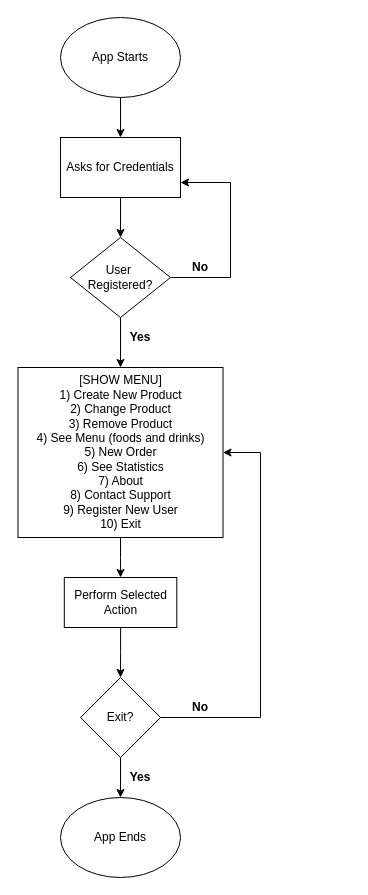
Earlier version of the draw.io diagram Pysnack.drawio (raulpellizzer/Pysnack). Source tidied: cells renumbered, new cells numbered last; positions are measured from the earlier drawing's top-left corner, leaving out a move shared by most shapes. Both pictures are drawn from the tidied source at 100%, with x=0, y=0 at pixel (18, 17).
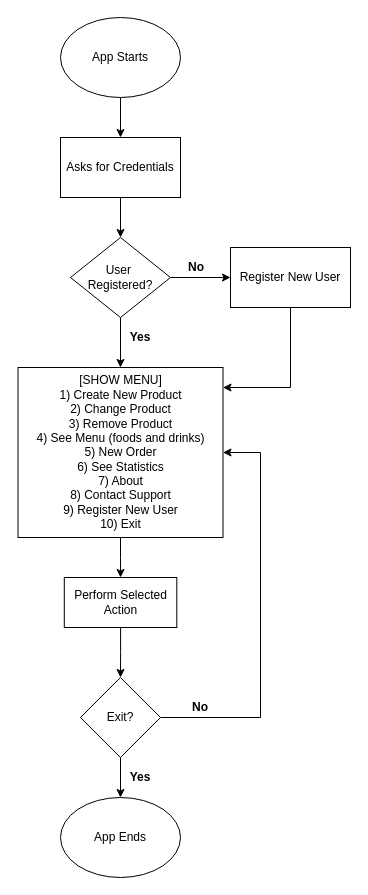
The same diagram, later.

Unchanged cells that the change refers to:
```xml
<mxCell id="3" value="Asks for Credentials" style="rounded=0;whiteSpace=wrap;html=1;" parent="1" vertex="1">
  <mxGeometry x="42" y="120" width="120" height="60" as="geometry" />
</mxCell>
<mxCell id="8" value="User&amp;nbsp;&lt;br&gt;Registered?" style="rhombus;whiteSpace=wrap;html=1;" parent="1" vertex="1">
  <mxGeometry x="52" y="220" width="100" height="80" as="geometry" />
</mxCell>
<mxCell id="10" value="[SHOW MENU]&lt;br&gt;1) Create New Product&lt;br&gt;2) Change Product&lt;br&gt;3) Remove Product&lt;br&gt;4) See Menu (foods and drinks)&lt;br&gt;5) New Order&lt;br&gt;6) See Statistics&lt;br&gt;7) About&lt;br&gt;8) Contact Support&lt;br&gt;9) Register New User&lt;br&gt;10) Exit" style="whiteSpace=wrap;html=1;" parent="1" vertex="1">
  <mxGeometry x="-0.5" y="350" width="205" height="170" as="geometry" />
</mxCell>
```

Change to the diagram source:
```diff
@@
-    <mxCell id="7" style="edgeStyle=orthogonalEdgeStyle;rounded=0;jettySize=auto;html=1;entryX=1;entryY=0.75;entryDx=0;entryDy=0;" parent="1" edge="1" source="8" target="3">
-      <mxGeometry relative="1" as="geometry">
-        <Array as="points">
-          <mxPoint x="212" y="260" />
-          <mxPoint x="212" y="165" />
-        </Array>
-      </mxGeometry>
-    </mxCell>
+    <mxCell id="21" style="edgeStyle=orthogonalEdgeStyle;rounded=0;jettySize=auto;html=1;entryX=0;entryY=0.5;entryDx=0;entryDy=0;" parent="1" edge="1" source="8" target="23">
+      <mxGeometry relative="1" as="geometry" />
+    </mxCell>
@@
     <mxCell id="11" value="No" style="text;html=1;strokeColor=none;fillColor=none;align=center;verticalAlign=middle;whiteSpace=wrap;rounded=0;fontStyle=1;" parent="1" vertex="1">
-      <mxGeometry x="162" y="240" width="40" height="20" as="geometry" />
+      <mxGeometry x="158.2" y="240" width="40" height="20" as="geometry" />
     </mxCell>
@@
+    <mxCell id="22" style="edgeStyle=orthogonalEdgeStyle;rounded=0;jettySize=auto;html=1;" parent="1" edge="1" source="23" target="10">
+      <mxGeometry relative="1" as="geometry">
+        <Array as="points">
+          <mxPoint x="272" y="370" />
+        </Array>
+      </mxGeometry>
+    </mxCell>
+    <mxCell id="23" value="Register New User" style="rounded=0;whiteSpace=wrap;html=1;" parent="1" vertex="1">
+      <mxGeometry x="212" y="230" width="120" height="60" as="geometry" />
+    </mxCell>
```
